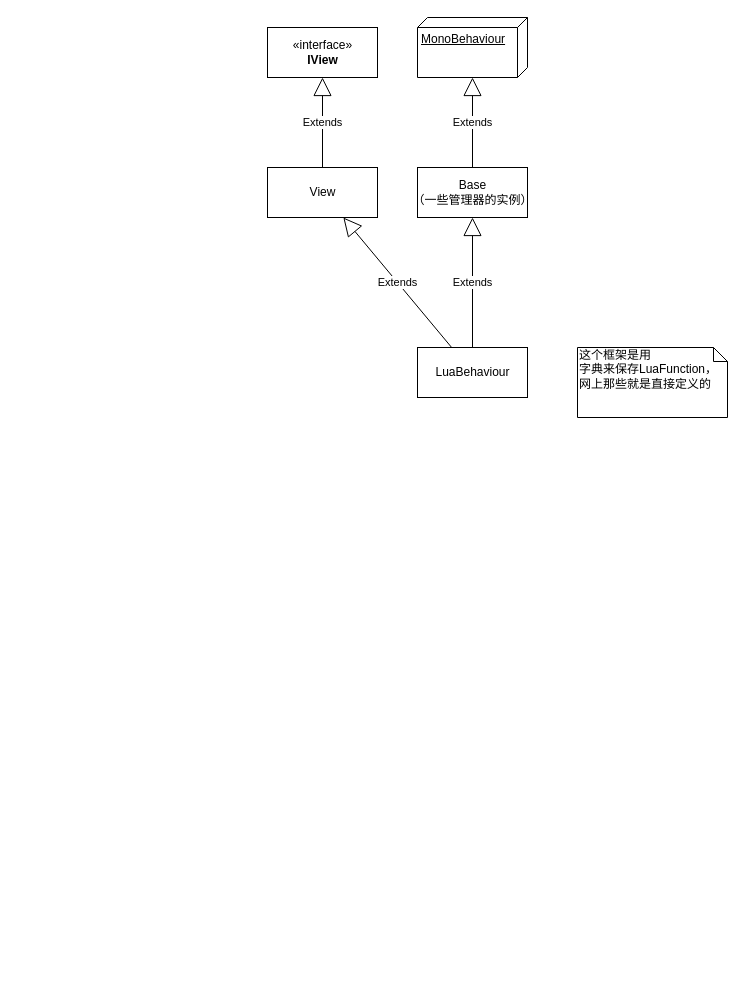
This is LuaFramework.drawio from gatzai/DrawioStorage, a draw.io file, before an edit. Source tidied: cells renumbered, new cells numbered last; positions are measured from the earlier drawing's top-left corner, leaving out a move shared by most shapes. Both pictures are drawn from the tidied source at 100%, with x=0, y=0 at pixel (267, 17).
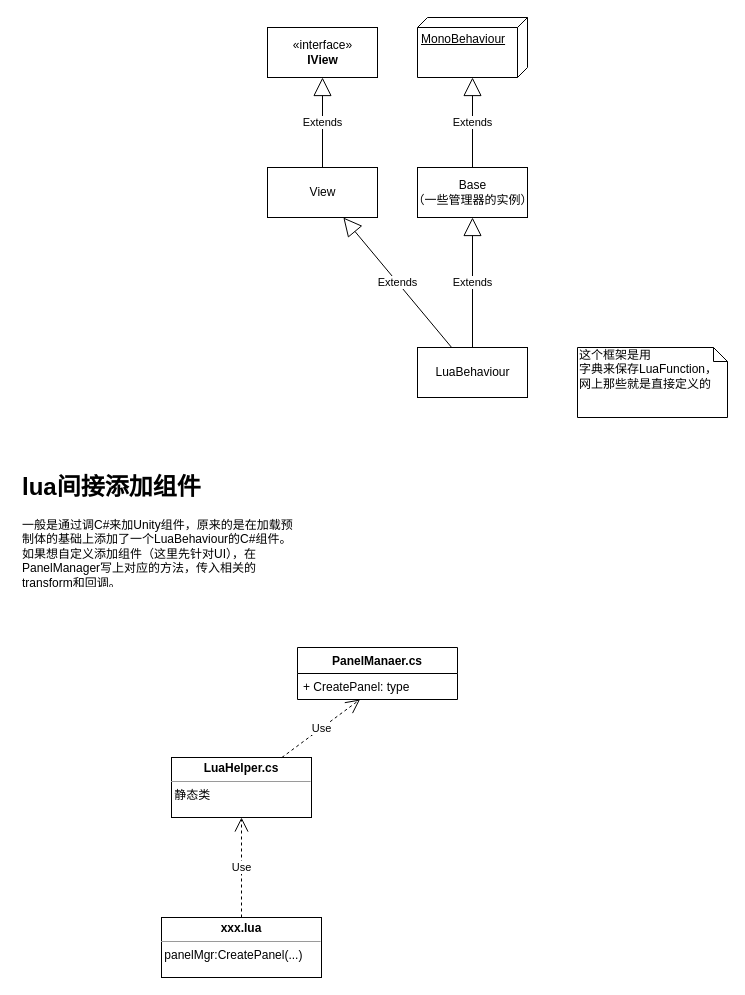
Above is the later version.

What changed in the source:
```diff
@@
 <mxGraphModel>
   <root>
     <mxCell id="0" />
     <mxCell id="1" parent="0" />
     <mxCell id="2" value="LuaBehaviour" style="html=1;" parent="1" vertex="1">
       <mxGeometry x="150" y="330" width="110" height="50" as="geometry" />
     </mxCell>
     <mxCell id="3" value="View" style="html=1;" parent="1" vertex="1">
       <mxGeometry y="150" width="110" height="50" as="geometry" />
     </mxCell>
     <mxCell id="4" value="«interface»&lt;br&gt;&lt;b&gt;IView&lt;/b&gt;" style="html=1;" parent="1" vertex="1">
       <mxGeometry y="10" width="110" height="50" as="geometry" />
     </mxCell>
     <mxCell id="5" value="Extends" style="endArrow=block;endSize=16;endFill=0;html=1;" parent="1" edge="1" source="2" target="3">
       <mxGeometry relative="1" as="geometry" />
     </mxCell>
     <mxCell id="6" value="Extends" style="endArrow=block;endSize=16;endFill=0;html=1;" parent="1" edge="1" source="3" target="4">
       <mxGeometry relative="1" as="geometry" />
     </mxCell>
     <mxCell id="7" value="Base&lt;br&gt;（一些管理器的实例）" style="html=1;" parent="1" vertex="1">
       <mxGeometry x="150" y="150" width="110" height="50" as="geometry" />
     </mxCell>
     <mxCell id="8" value="Extends" style="endArrow=block;endSize=16;endFill=0;html=1;" parent="1" edge="1" source="2" target="7">
       <mxGeometry relative="1" as="geometry" />
     </mxCell>
     <mxCell id="9" value="MonoBehaviour" style="verticalAlign=top;align=left;spacingTop=8;spacingLeft=2;spacingRight=12;shape=cube;size=10;direction=south;fontStyle=4;html=1;" parent="1" vertex="1">
       <mxGeometry x="150" width="110" height="60" as="geometry" />
     </mxCell>
     <mxCell id="10" value="Extends" style="endArrow=block;endSize=16;endFill=0;html=1;" parent="1" edge="1" source="7" target="9">
       <mxGeometry relative="1" as="geometry" />
     </mxCell>
     <mxCell id="11" value="这个框架是用&lt;br&gt;字典来保存LuaFunction，&lt;br&gt;网上那些就是直接定义的" style="shape=note;whiteSpace=wrap;html=1;size=14;verticalAlign=top;align=left;spacingTop=-6;" parent="1" vertex="1">
       <mxGeometry x="310" y="330" width="150" height="70" as="geometry" />
     </mxCell>
+    <mxCell id="12" value="&lt;h1&gt;lua间接添加组件&lt;/h1&gt;&lt;p&gt;一般是通过调C#来加Unity组件，原来的是在加载预制体的基础上添加了一个LuaBehaviour的C#组件。如果想自定义添加组件（这里先针对UI），在PanelManager写上对应的方法，传入相关的transform和回调。&lt;/p&gt;" style="text;html=1;strokeColor=none;fillColor=none;spacing=5;spacingTop=-20;whiteSpace=wrap;overflow=hidden;rounded=0;" parent="1" vertex="1">
+      <mxGeometry x="-250" y="450" width="280" height="120" as="geometry" />
+    </mxCell>
+    <mxCell id="13" value="Use" style="endArrow=open;endSize=12;dashed=1;html=1;" parent="1" edge="1" source="15" target="14">
+      <mxGeometry relative="1" as="geometry" />
+    </mxCell>
+    <mxCell id="14" value="&lt;p style=&quot;margin: 0px ; margin-top: 4px ; text-align: center&quot;&gt;&lt;b&gt;LuaHelper.cs&lt;/b&gt;&lt;/p&gt;&lt;hr size=&quot;1&quot;&gt;&lt;div style=&quot;height: 2px&quot;&gt;&amp;nbsp;静态类&lt;/div&gt;" style="verticalAlign=top;align=left;overflow=fill;fontSize=12;fontFamily=Helvetica;html=1;" parent="1" vertex="1">
+      <mxGeometry x="-96" y="740" width="140" height="60" as="geometry" />
+    </mxCell>
+    <mxCell id="15" value="&lt;p style=&quot;margin: 0px ; margin-top: 4px ; text-align: center&quot;&gt;&lt;b&gt;xxx.lua&lt;/b&gt;&lt;/p&gt;&lt;hr size=&quot;1&quot;&gt;&lt;div style=&quot;height: 2px&quot;&gt;&amp;nbsp;panelMgr:CreatePanel(...)&lt;/div&gt;" style="verticalAlign=top;align=left;overflow=fill;fontSize=12;fontFamily=Helvetica;html=1;" parent="1" vertex="1">
+      <mxGeometry x="-106" y="900" width="160" height="60" as="geometry" />
+    </mxCell>
+    <mxCell id="16" value="Use" style="endArrow=open;endSize=12;dashed=1;html=1;" parent="1" edge="1" source="14" target="18">
+      <mxGeometry relative="1" as="geometry" />
+    </mxCell>
+    <mxCell id="17" value="PanelManaer.cs" style="swimlane;fontStyle=1;align=center;verticalAlign=top;horizontal=1;startSize=26;" parent="1" vertex="1">
+      <mxGeometry x="30" y="630" width="160" height="52" as="geometry" />
+    </mxCell>
+    <mxCell id="18" value="+ CreatePanel: type" style="text;strokeColor=none;fillColor=none;align=left;verticalAlign=top;spacingLeft=4;spacingRight=4;overflow=hidden;points=[[0,0.5],[1,0.5]];portConstraint=eastwest;" parent="17" vertex="1">
+      <mxGeometry y="26" width="160" height="26" as="geometry" />
+    </mxCell>
   </root>
 </mxGraphModel>
```
